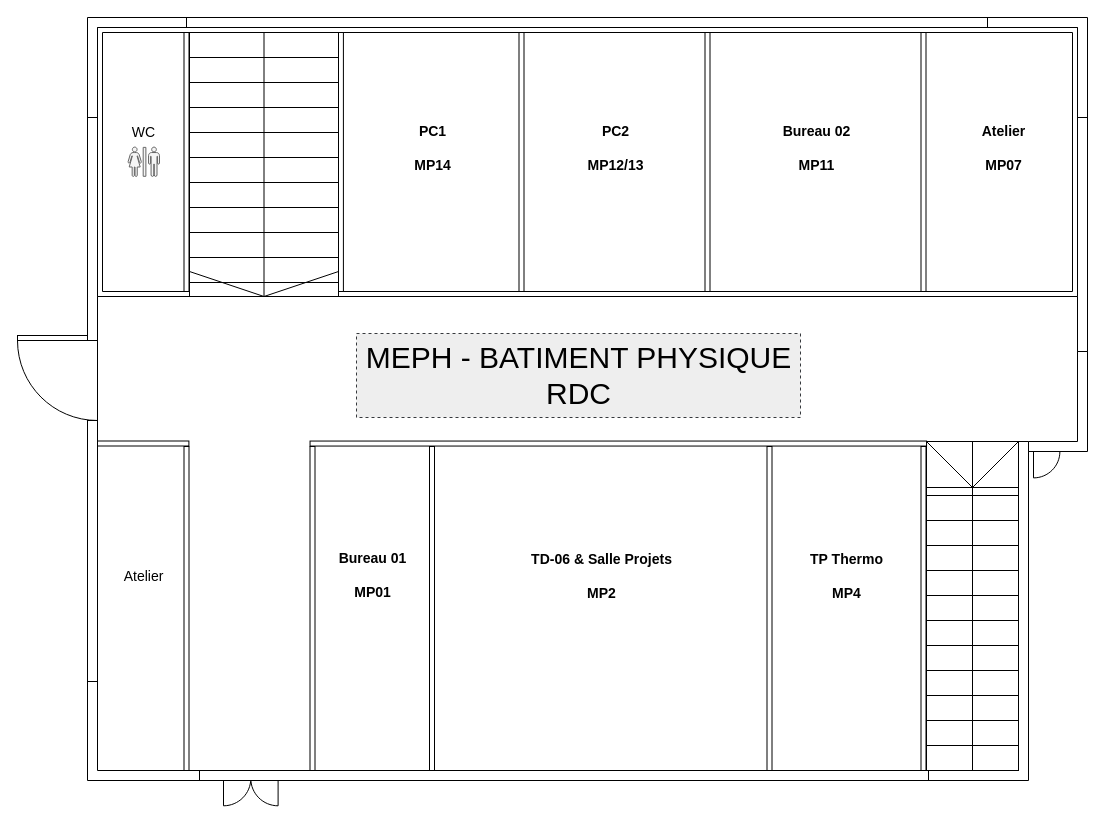
Before: page "RDC" (1 of 5) of meph-plan_physique.drawio in gI7DUmmY/diagrams, a draw.io diagram. Source tidied: cells renumbered, new cells numbered last; positions are measured from the earlier drawing's top-left corner, leaving out a move shared by most shapes. Both pictures are drawn from the tidied source at 100%, with x=0, y=0 at pixel (17, 17).
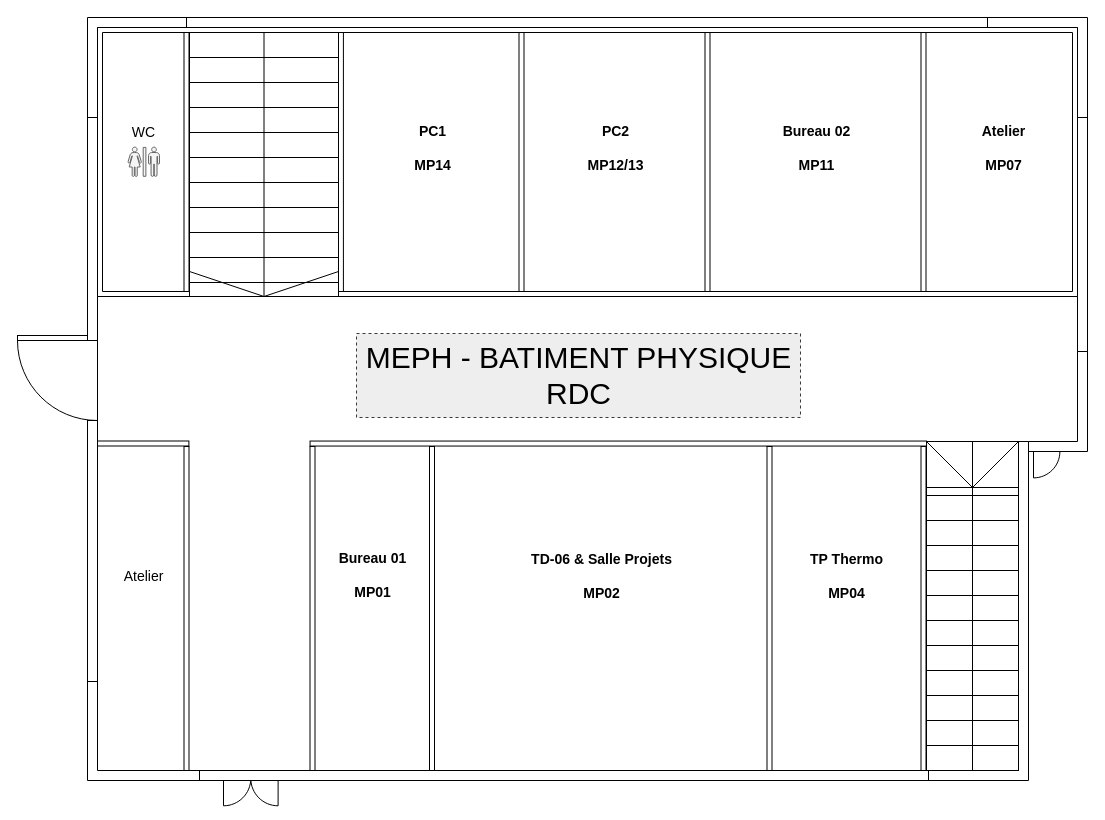
The same diagram, later.

Commit message:
Mettre à jour meph-plan_physique.drawio

What changed in the source:
```diff
@@
-    <mxCell id="36" value="&lt;div style=&quot;font-size: 14px;&quot;&gt;TD-06 &amp;amp; Salle Projets&lt;/div&gt;&lt;div style=&quot;font-size: 14px;&quot;&gt;&lt;br&gt;&lt;/div&gt;&lt;div style=&quot;font-size: 14px;&quot;&gt;MP2&lt;/div&gt;" style="text;html=1;align=center;verticalAlign=middle;strokeColor=none;fillColor=none;fontFamily=Helvetica;fontSize=14;fontColor=default;fontStyle=1;" parent="1" vertex="1">
+    <mxCell id="36" value="&lt;div style=&quot;font-size: 14px;&quot;&gt;TD-06 &amp;amp; Salle Projets&lt;/div&gt;&lt;div style=&quot;font-size: 14px;&quot;&gt;&lt;br&gt;&lt;/div&gt;&lt;div style=&quot;font-size: 14px;&quot;&gt;MP02&lt;/div&gt;" style="text;html=1;align=center;verticalAlign=middle;strokeColor=none;fillColor=none;fontFamily=Helvetica;fontSize=14;fontColor=default;fontStyle=1;" parent="1" vertex="1">
       <mxGeometry x="507" y="527.5" width="153" height="62" as="geometry" />
     </mxCell>
-    <mxCell id="37" value="&lt;div style=&quot;font-size: 14px;&quot;&gt;TP Thermo&lt;/div&gt;&lt;div style=&quot;font-size: 14px;&quot;&gt;&lt;br&gt;&lt;/div&gt;&lt;div style=&quot;font-size: 14px;&quot;&gt;MP4&lt;/div&gt;" style="text;html=1;align=center;verticalAlign=middle;strokeColor=none;fillColor=none;fontFamily=Helvetica;fontSize=14;fontColor=default;fontStyle=1;" parent="1" vertex="1">
+    <mxCell id="37" value="&lt;div style=&quot;font-size: 14px;&quot;&gt;TP Thermo&lt;/div&gt;&lt;div style=&quot;font-size: 14px;&quot;&gt;&lt;br&gt;&lt;/div&gt;&lt;div style=&quot;font-size: 14px;&quot;&gt;MP04&lt;/div&gt;" style="text;html=1;align=center;verticalAlign=middle;strokeColor=none;fillColor=none;fontFamily=Helvetica;fontSize=14;fontColor=default;fontStyle=1;" parent="1" vertex="1">
       <mxGeometry x="785" y="527.5" width="88" height="62" as="geometry" />
     </mxCell>
```
